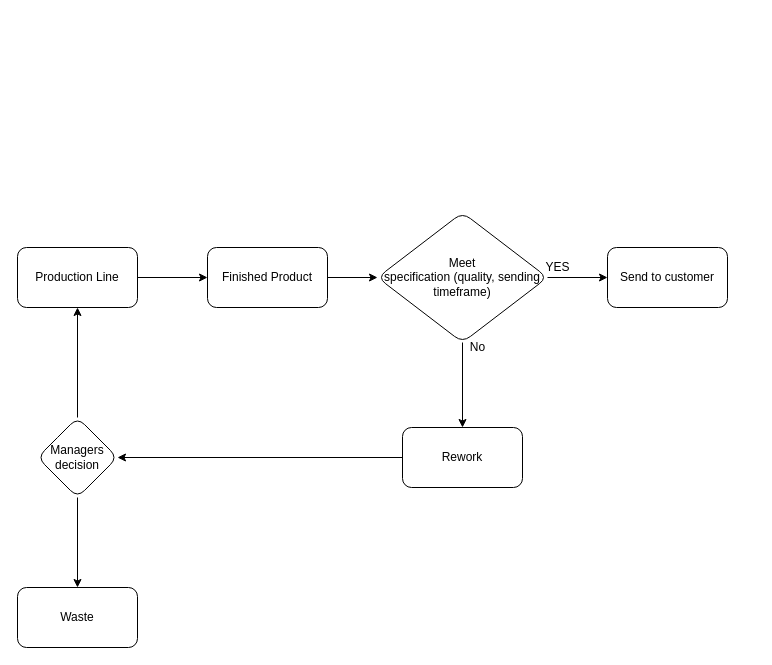
The draw.io diagram Industrial.drawio in ErykBogacz/ErykBogacz, before the edit. Source tidied: cells renumbered, new cells numbered last; positions are measured from the earlier drawing's top-left corner, leaving out a move shared by most shapes. Both pictures are drawn from the tidied source at 100%, with x=0, y=0 at pixel (17, 212).
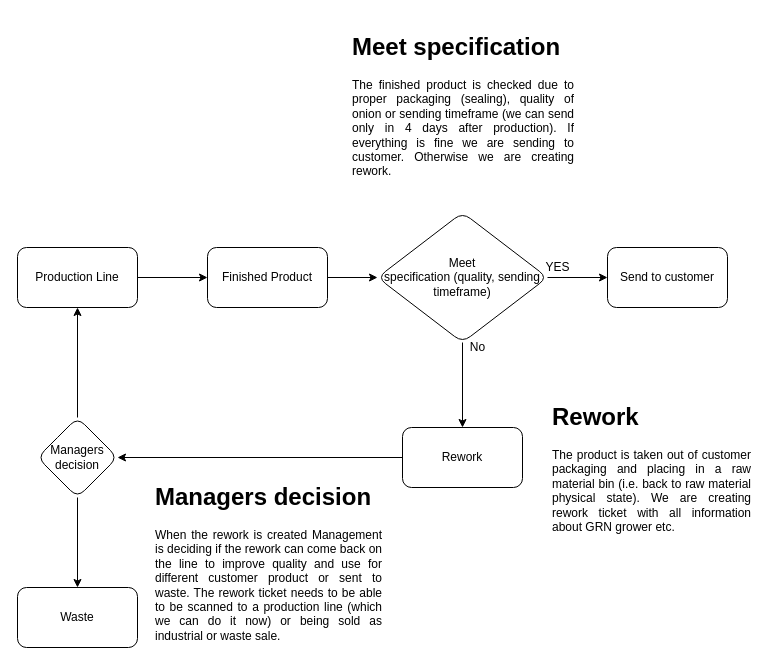
After the change.

What changed in the source:
```diff
@@
+    <mxCell id="18" value="&lt;h1 style=&quot;text-align: justify;&quot;&gt;Meet specification&lt;/h1&gt;&lt;p style=&quot;text-align: justify;&quot;&gt;The finished product is checked due to proper packaging (sealing), quality of onion or sending timeframe (we can send only in 4 days after production). If everything is fine we are sending to customer. Otherwise we are creating rework.&lt;/p&gt;" style="text;html=1;strokeColor=none;fillColor=none;spacing=5;spacingTop=-20;whiteSpace=wrap;overflow=hidden;rounded=0;" parent="1" vertex="1">
+      <mxGeometry x="330" y="-185" width="230" height="160" as="geometry" />
+    </mxCell>
+    <mxCell id="19" value="&lt;h1 style=&quot;text-align: justify;&quot;&gt;Rework&lt;/h1&gt;&lt;p&gt;&lt;/p&gt;&lt;div style=&quot;text-align: justify;&quot;&gt;&lt;span style=&quot;background-color: initial;&quot;&gt;The product is taken&amp;nbsp;&lt;/span&gt;&lt;span style=&quot;background-color: initial;&quot;&gt;out of customer packaging and placing in a raw material bin (i.e. back to raw&amp;nbsp;&lt;/span&gt;&lt;span style=&quot;background-color: initial;&quot;&gt;material physical state). We are creating rework ticket with all information about GRN grower etc.&lt;/span&gt;&lt;/div&gt;&lt;p&gt;&lt;/p&gt;" style="text;html=1;strokeColor=none;fillColor=none;spacing=5;spacingTop=-20;whiteSpace=wrap;overflow=hidden;rounded=0;" parent="1" vertex="1">
+      <mxGeometry x="530" y="185" width="207" height="150" as="geometry" />
+    </mxCell>
+    <mxCell id="20" value="&lt;h1 style=&quot;text-align: justify;&quot;&gt;Managers decision&lt;/h1&gt;&lt;p style=&quot;text-align: justify;&quot;&gt;When the rework is created Management is deciding if the rework can come back on the line to improve quality and use for different customer product or sent to waste. The rework ticket needs to be able to be scanned to a production line (which we can do it now) or being sold as industrial or waste sale.&lt;/p&gt;" style="text;html=1;strokeColor=none;fillColor=none;spacing=5;spacingTop=-20;whiteSpace=wrap;overflow=hidden;rounded=0;" parent="1" vertex="1">
+      <mxGeometry x="132.5" y="265" width="235" height="170" as="geometry" />
+    </mxCell>
```
